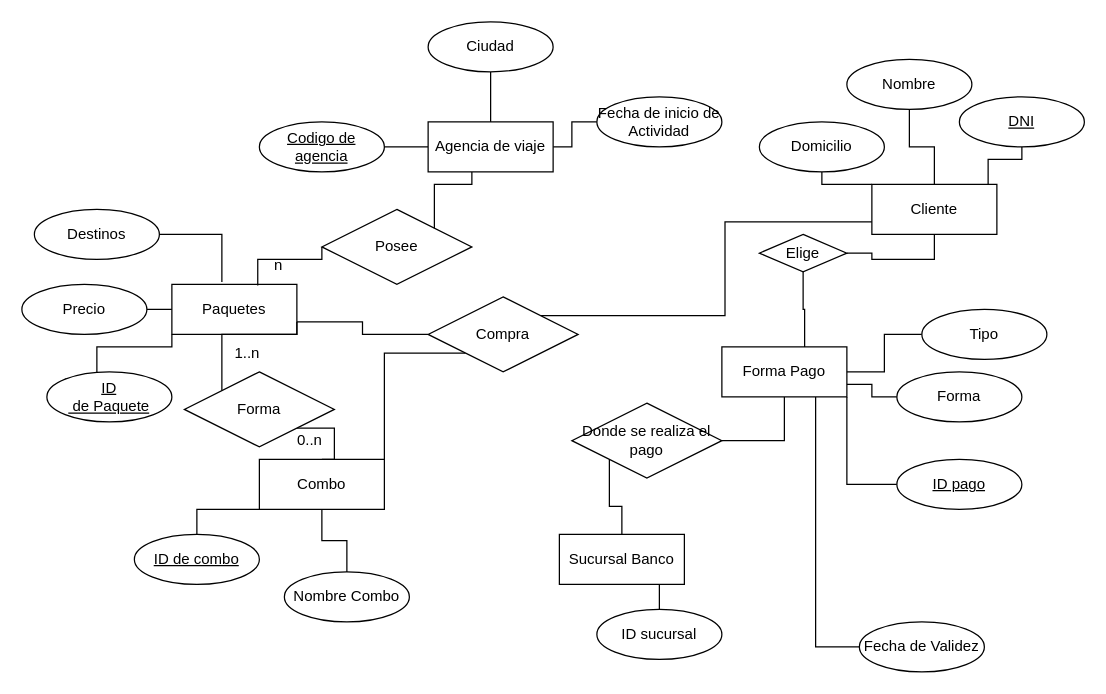
Earlier version of the draw.io diagram Agencia de Viajes.drawio (madevianaGH/BDI). Source tidied: cells renumbered, new cells numbered last; positions are measured from the earlier drawing's top-left corner, leaving out a move shared by most shapes. Both pictures are drawn from the tidied source at 125%, with x=0, y=0 at pixel (21, 21).
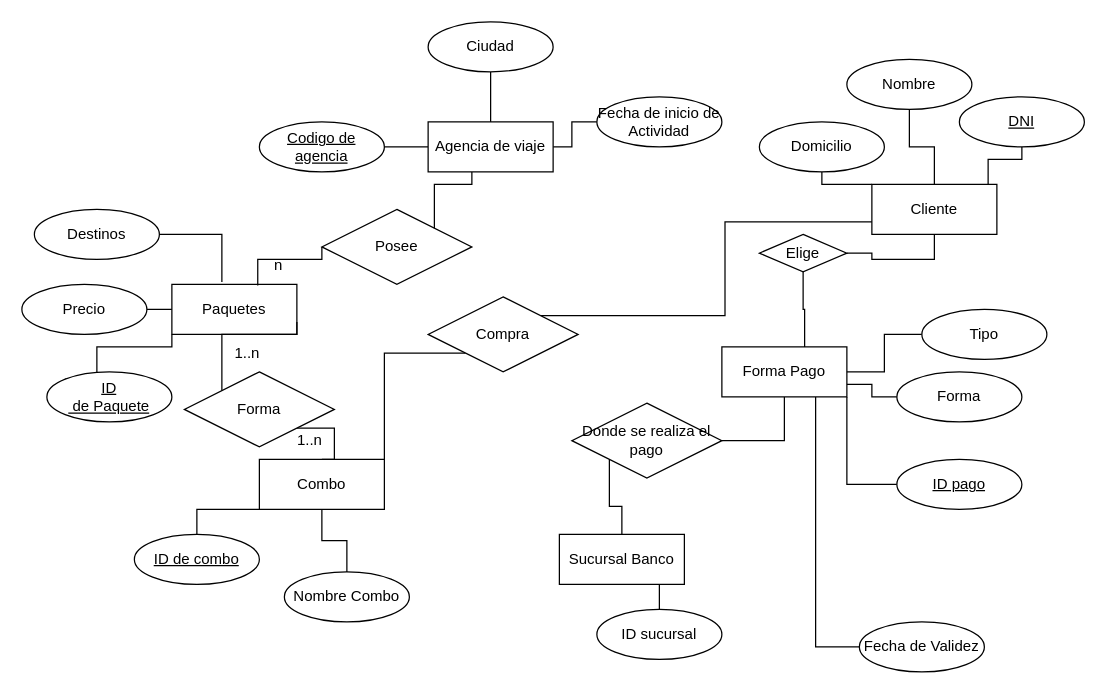
After the change.

The change refers to these unchanged cells:
```xml
<mxCell id="9" value="Paquetes" style="whiteSpace=wrap;html=1;align=center;" parent="1" vertex="1">
  <mxGeometry x="120" y="210" width="100" height="40" as="geometry" />
</mxCell>
<mxCell id="49" value="Compra" style="shape=rhombus;perimeter=rhombusPerimeter;whiteSpace=wrap;html=1;align=center;" parent="1" vertex="1">
  <mxGeometry x="325" y="220" width="120" height="60" as="geometry" />
</mxCell>
```

Change to the diagram source:
```diff
@@
-    <mxCell id="45" value="0..n" style="text;html=1;align=center;verticalAlign=middle;strokeColor=none;fillColor=none;" parent="1" vertex="1">
+    <mxCell id="45" value="1..n" style="text;html=1;align=center;verticalAlign=middle;strokeColor=none;fillColor=none;" parent="1" vertex="1">
       <mxGeometry x="210" y="320" width="40" height="30" as="geometry" />
     </mxCell>
@@
-    <mxCell id="47" style="edgeStyle=orthogonalEdgeStyle;rounded=0;jettySize=auto;html=1;entryX=1;entryY=0.75;entryDx=0;entryDy=0;endArrow=none;endFill=0;exitX=0;exitY=0.5;exitDx=0;exitDy=0;" parent="1" edge="1" source="49" target="9">
-      <mxGeometry relative="1" as="geometry" />
-    </mxCell>
```
